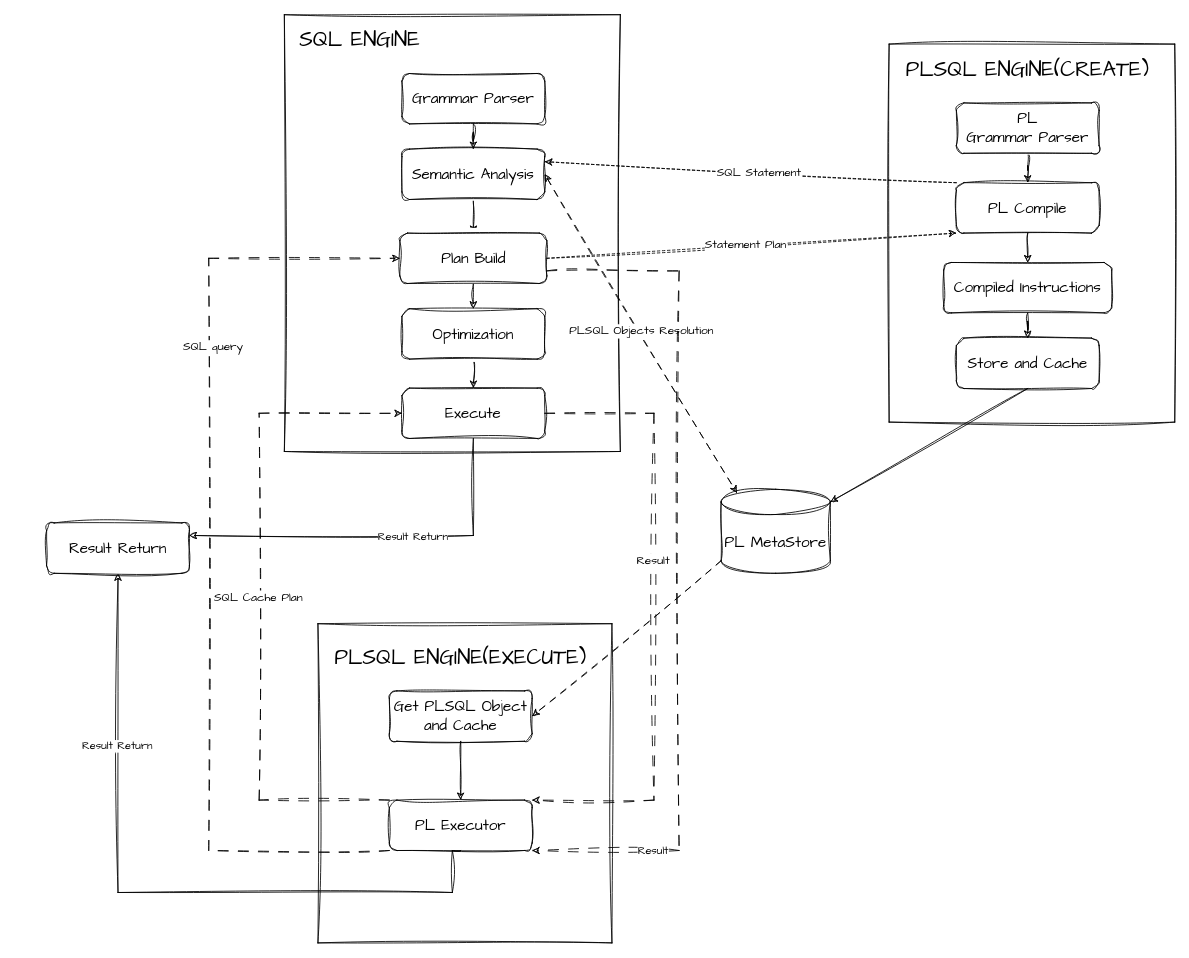
Before: sql引擎与plsql引擎.drawio in eeyyee/flowchart, a draw.io diagram. Source tidied: cells renumbered, new cells numbered last; positions are measured from the earlier drawing's top-left corner, leaving out a move shared by most shapes. Both pictures are drawn from the tidied source at 84%, with x=0, y=0 at pixel (46, 14).
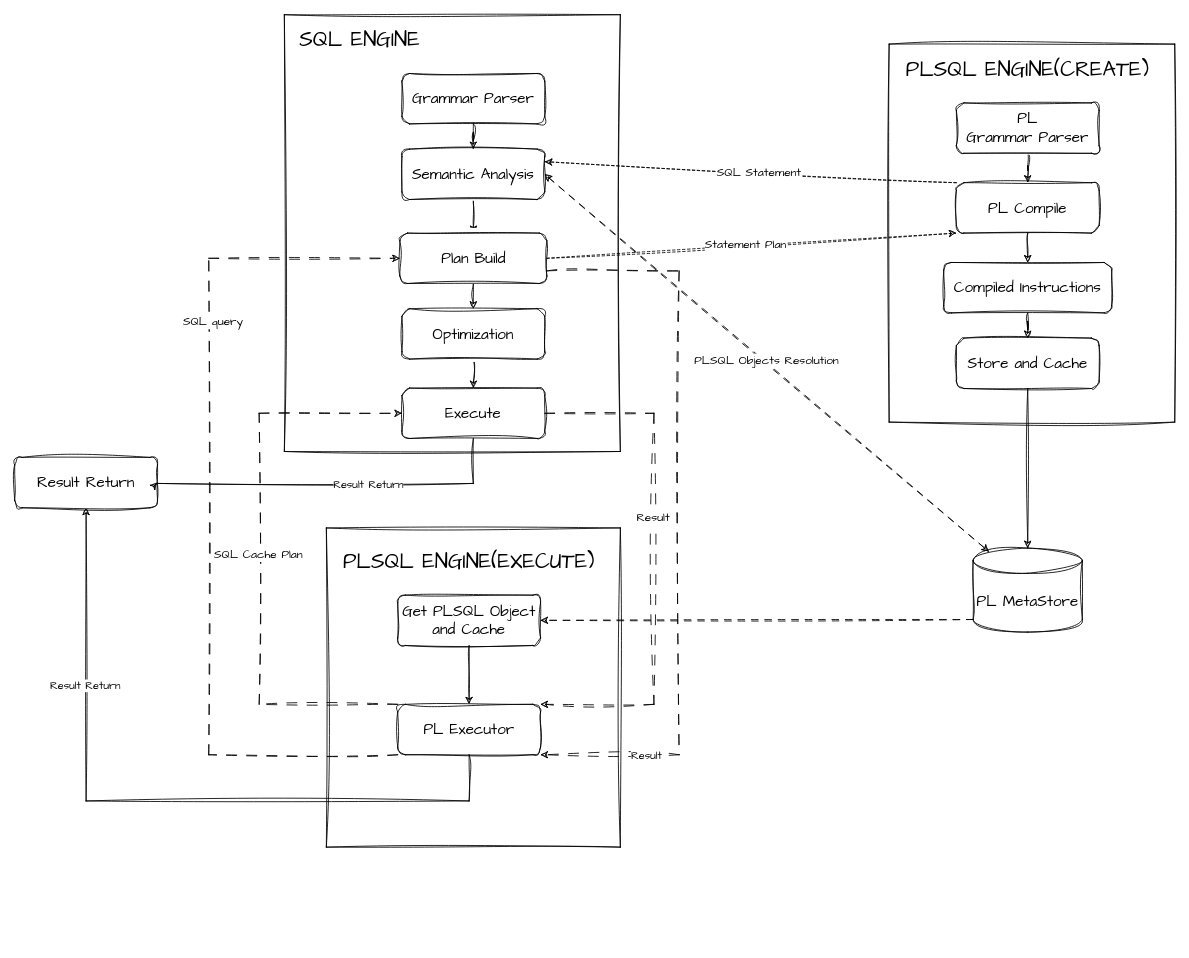
Above is the later version.

Commit message (it also covers changes not shown here):
更新sql引擎与plsql引擎.drawio

Unchanged cells that the change refers to:
```xml
<mxCell id="6" value="&lt;font face=&quot;Comic Sans MS&quot;&gt;&lt;span style=&quot;font-size: 18px;&quot;&gt;PL Executor&lt;/span&gt;&lt;/font&gt;" style="rounded=1;whiteSpace=wrap;html=1;sketch=1;hachureGap=4;jiggle=2;curveFitting=1;fontFamily=Architects Daughter;" parent="2" vertex="1">
  <mxGeometry x="85" y="210" width="170" height="60" as="geometry" />
</mxCell>
<mxCell id="14" value="&lt;span style=&quot;font-family: &amp;quot;Comic Sans MS&amp;quot;; font-size: 18px;&quot;&gt;Store&lt;/span&gt;&lt;font face=&quot;Comic Sans MS&quot;&gt;&lt;span style=&quot;font-size: 18px;&quot;&gt;&amp;nbsp;and&amp;nbsp;&lt;/span&gt;&lt;/font&gt;&lt;span style=&quot;font-family: &amp;quot;Comic Sans MS&amp;quot;; font-size: 18px;&quot;&gt;Cache&lt;/span&gt;" style="rounded=1;whiteSpace=wrap;html=1;sketch=1;hachureGap=4;jiggle=2;curveFitting=1;fontFamily=Architects Daughter;" parent="8" vertex="1">
  <mxGeometry x="80" y="350" width="170" height="60" as="geometry" />
</mxCell>
<mxCell id="26" value="&lt;font face=&quot;Comic Sans MS&quot;&gt;&lt;span style=&quot;font-size: 18px;&quot;&gt;Plan&amp;nbsp;Build&lt;/span&gt;&lt;/font&gt;" style="rounded=1;whiteSpace=wrap;html=1;sketch=1;hachureGap=4;jiggle=2;curveFitting=1;fontFamily=Architects Daughter;" parent="18" vertex="1">
  <mxGeometry x="137.5" y="260" width="175" height="60" as="geometry" />
</mxCell>
<mxCell id="27" value="&lt;font face=&quot;Comic Sans MS&quot;&gt;&lt;span style=&quot;font-size: 18px;&quot;&gt;Execute&lt;/span&gt;&lt;/font&gt;" style="rounded=1;whiteSpace=wrap;html=1;sketch=1;hachureGap=4;jiggle=2;curveFitting=1;fontFamily=Architects Daughter;" parent="18" vertex="1">
  <mxGeometry x="140" y="444.5" width="170" height="60" as="geometry" />
</mxCell>
```

Diff of the diagram source:
```diff
@@
     <mxCell id="2" style="group;" parent="1" vertex="1">
-      <mxGeometry x="323" y="725" width="350" height="380" as="geometry" />
+      <mxGeometry x="333" y="611" width="350" height="380" as="geometry" />
     </mxCell>
@@
     <mxCell id="35" value="&lt;font face=&quot;Comic Sans MS&quot; style=&quot;font-size: 18px;&quot;&gt;PL&amp;nbsp;MetaStore&lt;/font&gt;" style="shape=cylinder3;whiteSpace=wrap;html=1;boundedLbl=1;backgroundOutline=1;size=15;sketch=1;hachureGap=4;jiggle=2;curveFitting=1;fontFamily=Architects Daughter;" parent="1" vertex="1">
-      <mxGeometry x="803" y="565" width="130" height="100" as="geometry" />
+      <mxGeometry x="1103" y="635" width="130" height="100" as="geometry" />
     </mxCell>
-    <mxCell id="36" style="rounded=0;sketch=1;hachureGap=4;jiggle=2;curveFitting=1;jettySize=auto;html=1;entryX=1;entryY=0;entryDx=0;entryDy=15;fontFamily=Architects Daughter;exitX=0.5;exitY=1;exitDx=0;exitDy=0;entryPerimeter=0;" parent="1" edge="1" source="14" target="35">
+    <mxCell id="36" style="rounded=0;sketch=1;hachureGap=4;jiggle=2;curveFitting=1;jettySize=auto;html=1;entryX=0.5;entryY=0;entryDx=0;entryDy=0;fontFamily=Architects Daughter;exitX=0.5;exitY=1;exitDx=0;exitDy=0;entryPerimeter=0;" parent="1" edge="1" source="14" target="35">
       <mxGeometry relative="1" as="geometry" />
     </mxCell>
     <mxCell id="37" style="edgeStyle=orthogonalEdgeStyle;rounded=0;sketch=1;hachureGap=4;jiggle=2;curveFitting=1;jettySize=auto;html=1;entryX=0;entryY=0.5;entryDx=0;entryDy=0;fontFamily=Architects Daughter;dashed=1;dashPattern=12 12;exitX=0;exitY=0;exitDx=0;exitDy=0;" parent="1" edge="1" source="6" target="27">
       <mxGeometry relative="1" as="geometry">
         <Array as="points">
-          <mxPoint x="253" y="935" />
+          <mxPoint x="253" y="821" />
           <mxPoint x="253" y="475" />
         </Array>
       </mxGeometry>
     </mxCell>
@@
     <mxCell id="39" style="edgeStyle=orthogonalEdgeStyle;rounded=0;sketch=1;hachureGap=4;jiggle=2;curveFitting=1;jettySize=auto;html=1;exitX=0;exitY=1;exitDx=0;exitDy=0;entryX=0;entryY=0.5;entryDx=0;entryDy=0;fontFamily=Architects Daughter;dashed=1;dashPattern=12 12;" parent="1" edge="1" source="6" target="26">
       <mxGeometry relative="1" as="geometry">
         <Array as="points">
-          <mxPoint x="193" y="995" />
+          <mxPoint x="193" y="881" />
           <mxPoint x="193" y="290" />
         </Array>
       </mxGeometry>
     </mxCell>
@@
     <mxCell id="41" style="edgeStyle=orthogonalEdgeStyle;rounded=0;sketch=1;hachureGap=4;jiggle=2;curveFitting=1;jettySize=auto;html=1;exitX=0.5;exitY=1;exitDx=0;exitDy=0;entryX=0.5;entryY=1;entryDx=0;entryDy=0;fontFamily=Architects Daughter;" parent="1" edge="1" source="6" target="43">
       <mxGeometry relative="1" as="geometry">
         <Array as="points">
-          <mxPoint x="483" y="1045" />
-          <mxPoint x="85" y="1045" />
+          <mxPoint x="503" y="936" />
+          <mxPoint x="47" y="936" />
         </Array>
       </mxGeometry>
     </mxCell>
@@
     <mxCell id="43" value="&lt;font face=&quot;Comic Sans MS&quot;&gt;&lt;span style=&quot;font-size: 18px;&quot;&gt;Result Return&lt;/span&gt;&lt;/font&gt;" style="rounded=1;whiteSpace=wrap;html=1;sketch=1;hachureGap=4;jiggle=2;curveFitting=1;fontFamily=Architects Daughter;" parent="1" vertex="1">
-      <mxGeometry y="605" width="170" height="60" as="geometry" />
+      <mxGeometry x="-38" y="527" width="170" height="60" as="geometry" />
     </mxCell>
@@
     <mxCell id="46" style="edgeStyle=orthogonalEdgeStyle;rounded=0;sketch=1;hachureGap=4;jiggle=2;curveFitting=1;jettySize=auto;html=1;entryX=1;entryY=0;entryDx=0;entryDy=0;fontFamily=Architects Daughter;dashed=1;dashPattern=12 12;" parent="1" edge="1" source="27" target="6">
       <mxGeometry relative="1" as="geometry">
         <Array as="points">
           <mxPoint x="723" y="475" />
-          <mxPoint x="723" y="935" />
+          <mxPoint x="723" y="821" />
         </Array>
       </mxGeometry>
     </mxCell>
@@
     <mxCell id="48" style="edgeStyle=orthogonalEdgeStyle;rounded=0;sketch=1;hachureGap=4;jiggle=2;curveFitting=1;jettySize=auto;html=1;exitX=1;exitY=0.75;exitDx=0;exitDy=0;entryX=1;entryY=1;entryDx=0;entryDy=0;fontFamily=Architects Daughter;dashed=1;dashPattern=12 12;" parent="1" edge="1" source="26" target="6">
       <mxGeometry relative="1" as="geometry">
         <Array as="points">
           <mxPoint x="753" y="305" />
-          <mxPoint x="753" y="995" />
+          <mxPoint x="753" y="881" />
         </Array>
       </mxGeometry>
     </mxCell>
@@
-    <mxCell id="50" style="edgeStyle=orthogonalEdgeStyle;rounded=0;sketch=1;hachureGap=4;jiggle=2;curveFitting=1;jettySize=auto;html=1;exitX=0.5;exitY=1;exitDx=0;exitDy=0;entryX=1;entryY=0.25;entryDx=0;entryDy=0;fontFamily=Architects Daughter;" parent="1" edge="1" source="27" target="43">
-      <mxGeometry relative="1" as="geometry" />
+    <mxCell id="50" style="edgeStyle=orthogonalEdgeStyle;rounded=0;sketch=1;hachureGap=4;jiggle=2;curveFitting=1;jettySize=auto;html=1;exitX=0.5;exitY=1;exitDx=0;exitDy=0;entryX=1;entryY=0.5;entryDx=0;entryDy=0;fontFamily=Architects Daughter;" parent="1" edge="1" source="27" target="43">
+      <mxGeometry relative="1" as="geometry">
+        <Array as="points">
+          <mxPoint x="508" y="558" />
+          <mxPoint x="131" y="558" />
+        </Array>
+      </mxGeometry>
     </mxCell>
```
